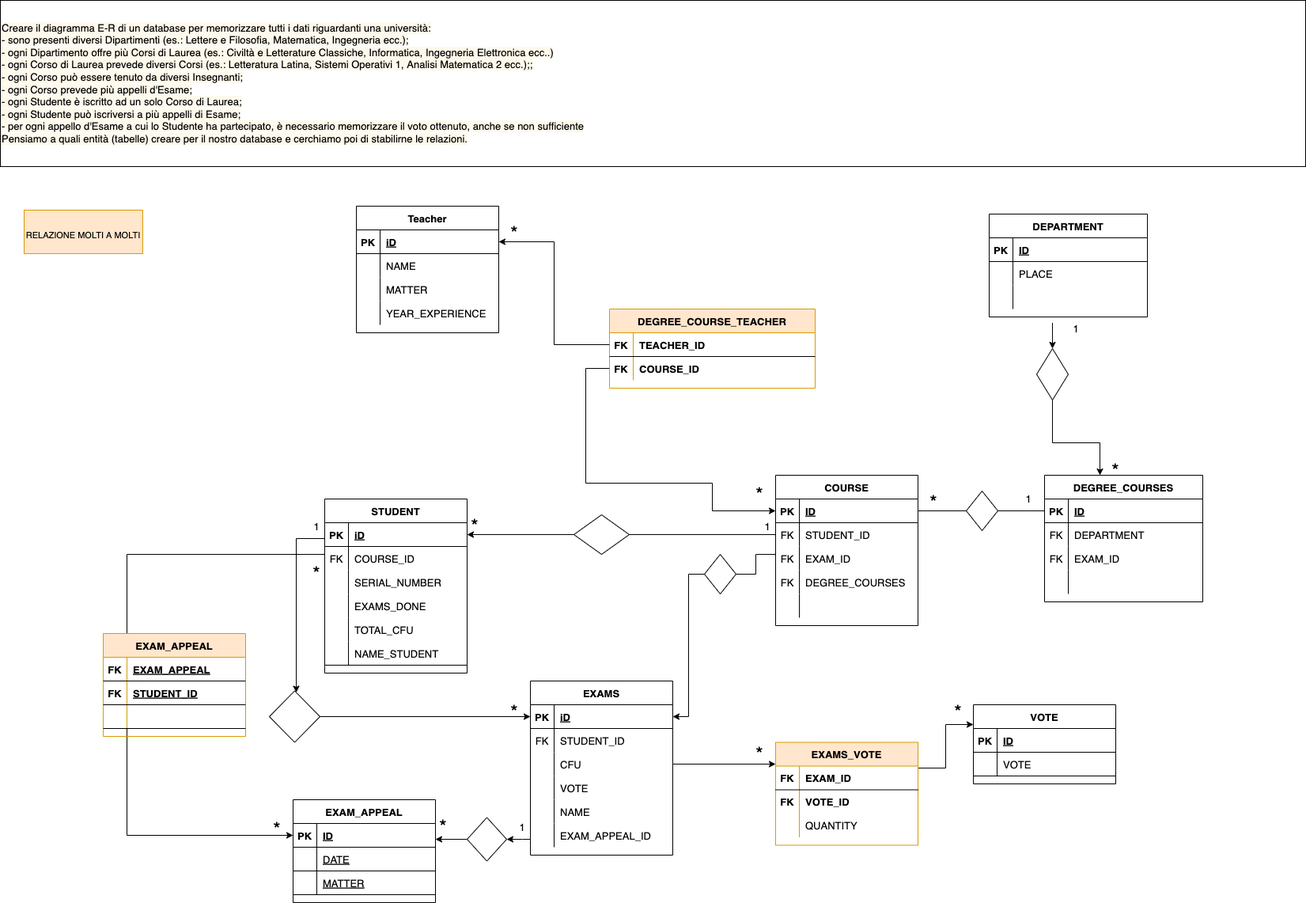
codeMatt91/db-university keeps this draw.io diagram as db-university.png. Above is the earlier version. Source tidied: cells renumbered, new cells last; positions are measured from the earlier drawing's top-left corner, leaving out a move shared by most shapes.
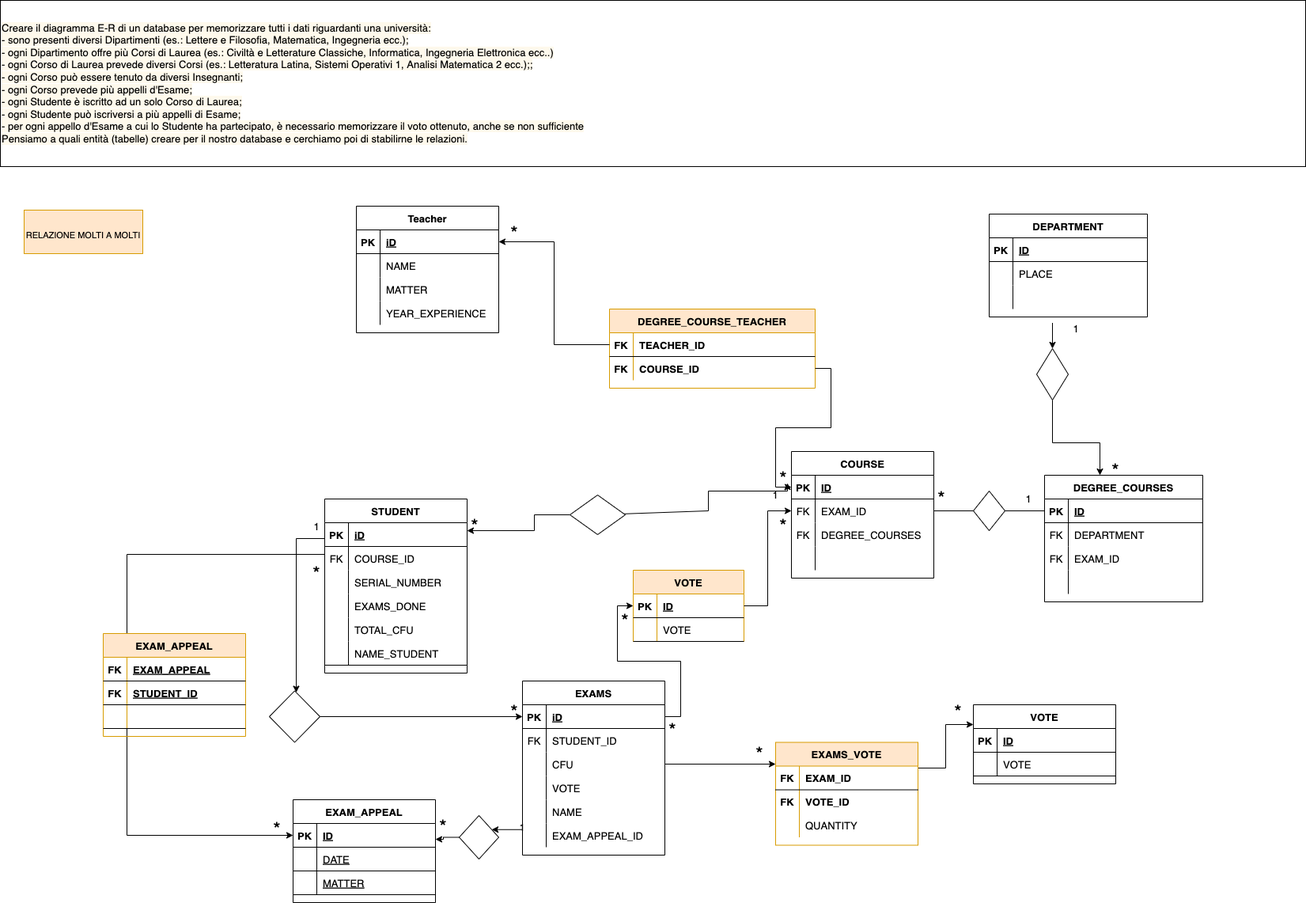
The same diagram one commit later.

Commit message:
Modify relationship between course and exam

Diff of the diagram source:
```diff
@@ -75,10 +75,10 @@
       <mxGeometry x="30" width="170" height="30" as="geometry" />
     </mxCell>
     <mxCell id="26" style="line;strokeWidth=1;dashed=0;labelPosition=right;align=left;verticalAlign=middle;spacingTop=0;spacingLeft=6;fontFamily=Helvetica;fontSize=13;fontColor=#000000;" parent="1" vertex="1">
-      <mxGeometry x="1160" y="640" width="160" height="10" as="geometry" />
+      <mxGeometry x="1180" y="640" width="140" height="10" as="geometry" />
     </mxCell>
     <mxCell id="27" value="COURSE" style="shape=table;startSize=30;rowLines=0;fontStyle=1;align=center;fontFamily=Helvetica;fontSize=13;fontColor=#000000;" parent="1" vertex="1">
-      <mxGeometry x="980" y="600" width="180" height="190" as="geometry" />
+      <mxGeometry x="1000" y="570" width="180" height="160" as="geometry" />
     </mxCell>
     <mxCell id="28" style="shape=tableRow;horizontal=0;startSize=0;swimlaneHead=0;swimlaneBody=0;fillColor=none;points=[[0,0.5],[1,0.5]];portConstraint=eastwest;top=0;left=0;right=0;bottom=1;fontFamily=Helvetica;fontSize=13;fontColor=#000000;" parent="27" vertex="1">
       <mxGeometry y="30" width="180" height="30" as="geometry" />
@@ -89,17 +89,8 @@
     <mxCell id="30" value="ID" style="shape=partialRectangle;fillColor=none;top=0;left=0;bottom=0;right=0;align=left;spacingLeft=6;fontStyle=5;overflow=hidden;fontFamily=Helvetica;fontSize=13;fontColor=#000000;" parent="28" vertex="1">
       <mxGeometry x="30" width="150" height="30" as="geometry" />
     </mxCell>
-    <mxCell id="31" style="shape=tableRow;horizontal=0;startSize=0;swimlaneHead=0;swimlaneBody=0;fillColor=none;top=0;left=0;right=0;bottom=0;fontFamily=Helvetica;fontSize=13;fontColor=#000000;" parent="27" vertex="1">
-      <mxGeometry y="60" width="180" height="30" as="geometry" />
-    </mxCell>
-    <mxCell id="32" value="FK" style="shape=partialRectangle;fillColor=none;top=0;left=0;bottom=0;right=0;overflow=hidden;fontFamily=Helvetica;fontSize=13;fontColor=#000000;" parent="31" vertex="1">
-      <mxGeometry width="30" height="30" as="geometry" />
-    </mxCell>
-    <mxCell id="33" value="STUDENT_ID" style="shape=partialRectangle;fillColor=none;top=0;left=0;bottom=0;right=0;align=left;spacingLeft=6;overflow=hidden;fontFamily=Helvetica;fontSize=13;fontColor=#000000;" parent="31" vertex="1">
-      <mxGeometry x="30" width="150" height="30" as="geometry" />
-    </mxCell>
     <mxCell id="34" style="shape=tableRow;horizontal=0;startSize=0;swimlaneHead=0;swimlaneBody=0;fillColor=none;points=[[0,0.5],[1,0.5]];portConstraint=eastwest;top=0;left=0;right=0;bottom=0;fontFamily=Helvetica;fontSize=13;fontColor=#000000;" parent="27" vertex="1">
-      <mxGeometry y="90" width="180" height="30" as="geometry" />
+      <mxGeometry y="60" width="180" height="30" as="geometry" />
     </mxCell>
     <mxCell id="35" value="FK" style="shape=partialRectangle;fillColor=none;top=0;left=0;bottom=0;right=0;overflow=hidden;fontFamily=Helvetica;fontSize=13;fontColor=#000000;" parent="34" vertex="1">
       <mxGeometry width="30" height="30" as="geometry" />
@@ -108,7 +99,7 @@
       <mxGeometry x="30" width="150" height="30" as="geometry" />
     </mxCell>
     <mxCell id="37" style="shape=tableRow;horizontal=0;startSize=0;swimlaneHead=0;swimlaneBody=0;fillColor=none;top=0;left=0;right=0;bottom=0;fontFamily=Helvetica;fontSize=13;fontColor=#000000;" parent="27" vertex="1">
-      <mxGeometry y="120" width="180" height="30" as="geometry" />
+      <mxGeometry y="90" width="180" height="30" as="geometry" />
     </mxCell>
     <mxCell id="38" value="FK" style="shape=partialRectangle;fillColor=none;top=0;left=0;bottom=0;right=0;overflow=hidden;fontFamily=Helvetica;fontSize=13;fontColor=#000000;" parent="37" vertex="1">
       <mxGeometry width="30" height="30" as="geometry" />
@@ -117,7 +108,7 @@
       <mxGeometry x="30" width="150" height="30" as="geometry" />
     </mxCell>
     <mxCell id="40" style="shape=tableRow;horizontal=0;startSize=0;swimlaneHead=0;swimlaneBody=0;fillColor=none;top=0;left=0;right=0;bottom=0;fontFamily=Helvetica;fontSize=13;fontColor=#000000;" parent="27" vertex="1">
-      <mxGeometry y="150" width="180" height="30" as="geometry" />
+      <mxGeometry y="120" width="180" height="30" as="geometry" />
     </mxCell>
     <mxCell id="41" style="shape=partialRectangle;fillColor=none;top=0;left=0;bottom=0;right=0;overflow=hidden;fontFamily=Helvetica;fontSize=13;fontColor=#000000;" parent="40" vertex="1">
       <mxGeometry width="30" height="30" as="geometry" />
@@ -129,7 +120,7 @@
       <mxGeometry x="1270" y="615" width="60" height="30" as="geometry" />
     </mxCell>
     <mxCell id="44" value="&lt;font style=&quot;font-size: 24px&quot;&gt;*&lt;/font&gt;" style="text;html=1;strokeColor=none;fillColor=none;align=center;verticalAlign=middle;whiteSpace=wrap;rounded=0;fontFamily=Helvetica;fontSize=13;fontColor=#000000;" parent="1" vertex="1">
-      <mxGeometry x="1150" y="620" width="60" height="30" as="geometry" />
+      <mxGeometry x="1160" y="615" width="60" height="30" as="geometry" />
     </mxCell>
     <mxCell id="45" value="DEGREE_COURSE_TEACHER" style="shape=table;startSize=30;rowLines=0;fontStyle=1;align=center;fontFamily=Helvetica;fontSize=13;fillColor=#ffe6cc;strokeColor=#d79b00;" parent="1" vertex="1">
       <mxGeometry x="770" y="390" width="260" height="100" as="geometry" />
@@ -152,16 +143,6 @@
     <mxCell id="51" value="COURSE_ID" style="shape=partialRectangle;fillColor=none;top=0;left=0;bottom=0;right=0;align=left;spacingLeft=6;overflow=hidden;fontFamily=Helvetica;fontSize=13;fontColor=#000000;fontStyle=1;" parent="49" vertex="1">
       <mxGeometry x="30" width="230" height="30" as="geometry" />
     </mxCell>
-    <mxCell id="52" style="edgeStyle=orthogonalEdgeStyle;rounded=0;jettySize=auto;html=1;exitX=0;exitY=0.5;exitDx=0;exitDy=0;entryX=0;entryY=0.5;entryDx=0;entryDy=0;fontFamily=Helvetica;fontSize=24;fontColor=#000000;" parent="1" edge="1" source="49" target="28">
-      <mxGeometry relative="1" as="geometry">
-        <Array as="points">
-          <mxPoint x="740" y="465" />
-          <mxPoint x="740" y="610" />
-          <mxPoint x="900" y="610" />
-          <mxPoint x="900" y="645" />
-        </Array>
-      </mxGeometry>
-    </mxCell>
     <mxCell id="53" value="*" style="text;html=1;strokeColor=none;fillColor=none;align=center;verticalAlign=middle;whiteSpace=wrap;rounded=0;fontFamily=Helvetica;fontSize=24;fontColor=#000000;" parent="1" vertex="1">
       <mxGeometry x="620" y="280" width="60" height="30" as="geometry" />
     </mxCell>
@@ -169,10 +150,10 @@
       <mxGeometry relative="1" as="geometry" />
     </mxCell>
     <mxCell id="55" value="*" style="text;html=1;strokeColor=none;fillColor=none;align=center;verticalAlign=middle;whiteSpace=wrap;rounded=0;fontFamily=Helvetica;fontSize=24;fontColor=#000000;" parent="1" vertex="1">
-      <mxGeometry x="930" y="610" width="60" height="30" as="geometry" />
+      <mxGeometry x="960" y="590" width="60" height="30" as="geometry" />
     </mxCell>
     <mxCell id="56" style="rhombus;whiteSpace=wrap;html=1;fontFamily=Helvetica;fontSize=24;fontColor=#000000;" parent="1" vertex="1">
-      <mxGeometry x="1221" y="620" width="40" height="50" as="geometry" />
+      <mxGeometry x="1230" y="620" width="40" height="50" as="geometry" />
     </mxCell>
     <mxCell id="57" style="edgeStyle=orthogonalEdgeStyle;rounded=0;jettySize=auto;html=1;fontFamily=Helvetica;fontSize=24;fontColor=#000000;" parent="1" edge="1" source="58" target="149">
       <mxGeometry relative="1" as="geometry">
@@ -183,7 +164,7 @@
       </mxGeometry>
     </mxCell>
     <mxCell id="58" value="EXAMS" style="shape=table;startSize=30;rowLines=0;fontStyle=1;align=center;fontFamily=Helvetica;fontSize=13;fontColor=#000000;" parent="1" vertex="1">
-      <mxGeometry x="670" y="860" width="180" height="220" as="geometry" />
+      <mxGeometry x="660" y="860" width="180" height="220" as="geometry" />
     </mxCell>
     <mxCell id="59" style="shape=tableRow;horizontal=0;startSize=0;swimlaneHead=0;swimlaneBody=0;fillColor=none;points=[[0,0.5],[1,0.5]];portConstraint=eastwest;top=0;left=0;right=0;bottom=1;fontFamily=Helvetica;fontSize=13;fontColor=#000000;" parent="58" vertex="1">
       <mxGeometry y="30" width="180" height="30" as="geometry" />
@@ -239,30 +220,6 @@
     <mxCell id="76" value="EXAM_APPEAL_ID" style="shape=partialRectangle;fillColor=none;top=0;left=0;bottom=0;right=0;align=left;spacingLeft=6;overflow=hidden;fontFamily=Helvetica;fontSize=13;fontColor=#000000;" parent="74" vertex="1">
       <mxGeometry x="30" width="150" height="30" as="geometry" />
     </mxCell>
-    <mxCell id="77" style="edgeStyle=orthogonalEdgeStyle;rounded=0;jettySize=auto;html=1;exitX=0;exitY=0.5;exitDx=0;exitDy=0;entryX=1;entryY=0.5;entryDx=0;entryDy=0;fontFamily=Helvetica;fontSize=24;fontColor=#000000;startArrow=none;" parent="1" edge="1" source="78" target="59">
-      <mxGeometry relative="1" as="geometry" />
-    </mxCell>
-    <mxCell id="78" style="rhombus;whiteSpace=wrap;html=1;fontFamily=Helvetica;fontSize=24;fontColor=#000000;" parent="1" vertex="1">
-      <mxGeometry x="890" y="700" width="40" height="50" as="geometry" />
-    </mxCell>
-    <mxCell id="79" style="edgeStyle=orthogonalEdgeStyle;rounded=0;jettySize=auto;html=1;exitX=0;exitY=0.5;exitDx=0;exitDy=0;entryX=1;entryY=0.5;entryDx=0;entryDy=0;fontFamily=Helvetica;fontSize=24;fontColor=#000000;endArrow=none;" parent="1" edge="1" target="78">
-      <mxGeometry relative="1" as="geometry">
-        <mxPoint x="980" y="675" as="sourcePoint" />
-        <Array as="points">
-          <mxPoint x="980" y="700" />
-          <mxPoint x="955" y="700" />
-          <mxPoint x="955" y="725" />
-        </Array>
-      </mxGeometry>
-    </mxCell>
-    <mxCell id="80" style="edgeStyle=orthogonalEdgeStyle;rounded=0;jettySize=auto;html=1;exitX=0;exitY=0.5;exitDx=0;exitDy=0;fontFamily=Helvetica;fontSize=24;fontColor=#000000;startArrow=none;" parent="1" edge="1" source="121">
-      <mxGeometry relative="1" as="geometry">
-        <mxPoint x="590" y="675" as="targetPoint" />
-        <Array as="points">
-          <mxPoint x="760" y="675" />
-        </Array>
-      </mxGeometry>
-    </mxCell>
     <mxCell id="81" style="edgeStyle=orthogonalEdgeStyle;rounded=0;jettySize=auto;html=1;fontFamily=Helvetica;fontSize=24;fontColor=#000000;" parent="1" edge="1" source="82" target="124">
       <mxGeometry relative="1" as="geometry">
         <Array as="points">
@@ -394,16 +351,23 @@
       <mxGeometry x="570" y="650" width="60" height="30" as="geometry" />
     </mxCell>
     <mxCell id="120" value="1" style="text;html=1;strokeColor=none;fillColor=none;align=center;verticalAlign=middle;whiteSpace=wrap;rounded=0;fontFamily=Helvetica;fontSize=13;fontColor=#000000;" parent="1" vertex="1">
-      <mxGeometry x="940" y="650" width="60" height="30" as="geometry" />
+      <mxGeometry x="950" y="610" width="60" height="30" as="geometry" />
     </mxCell>
+    <mxCell id="176" style="edgeStyle=orthogonalEdgeStyle;rounded=0;jettySize=auto;html=1;entryX=0.333;entryY=0.667;entryDx=0;entryDy=0;entryPerimeter=0;fontFamily=Helvetica;fontSize=11;fontColor=#000000;" parent="1" edge="1" source="121" target="119">
+      <mxGeometry relative="1" as="geometry" />
+    </mxCell>
+    <mxCell id="177" style="edgeStyle=orthogonalEdgeStyle;rounded=0;jettySize=auto;html=1;fontFamily=Helvetica;fontSize=11;fontColor=#000000;entryX=0.75;entryY=0;entryDx=0;entryDy=0;" parent="1" edge="1" source="121" target="120">
+      <mxGeometry relative="1" as="geometry">
+        <Array as="points">
+          <mxPoint x="895" y="645" />
+          <mxPoint x="895" y="620" />
+          <mxPoint x="995" y="620" />
+        </Array>
+      </mxGeometry>
+    </mxCell>
     <mxCell id="121" style="rhombus;whiteSpace=wrap;html=1;fontFamily=Helvetica;fontSize=24;fontColor=#000000;rotation=90;" parent="1" vertex="1">
-      <mxGeometry x="735" y="640" width="50" height="70" as="geometry" />
+      <mxGeometry x="730" y="615" width="50" height="70" as="geometry" />
     </mxCell>
-    <mxCell id="122" style="edgeStyle=orthogonalEdgeStyle;rounded=0;jettySize=auto;html=1;exitX=0;exitY=0.5;exitDx=0;exitDy=0;fontFamily=Helvetica;fontSize=24;fontColor=#000000;endArrow=none;" parent="1" edge="1" target="121">
-      <mxGeometry relative="1" as="geometry">
-        <mxPoint x="980" y="675" as="sourcePoint" />
-      </mxGeometry>
-    </mxCell>
     <mxCell id="123" style="edgeStyle=orthogonalEdgeStyle;rounded=0;jettySize=auto;html=1;entryX=0;entryY=0.5;entryDx=0;entryDy=0;fontFamily=Helvetica;fontSize=24;fontColor=#000000;" parent="1" edge="1" source="124" target="59">
       <mxGeometry relative="1" as="geometry" />
     </mxCell>
@@ -487,7 +451,7 @@
       </mxGeometry>
     </mxCell>
     <mxCell id="149" style="rhombus;whiteSpace=wrap;html=1;fontSize=13;fontColor=#000000;startSize=30;fontStyle=1;" parent="1" vertex="1">
-      <mxGeometry x="590" y="1032.5" width="50" height="55" as="geometry" />
+      <mxGeometry x="580" y="1030" width="50" height="55" as="geometry" />
     </mxCell>
     <mxCell id="150" value="EXAM_APPEAL" style="shape=table;startSize=30;rowLines=0;fontStyle=1;align=center;fontFamily=Helvetica;fontSize=13;fontColor=#000000;" parent="1" vertex="1">
       <mxGeometry x="370" y="1010" width="180" height="130" as="geometry" />
@@ -573,5 +537,44 @@
     <mxCell id="175" value="&lt;font style=&quot;font-size: 11px&quot;&gt;RELAZIONE MOLTI A MOLTI&lt;/font&gt;" style="rounded=0;whiteSpace=wrap;html=1;fontFamily=Helvetica;fontSize=24;fillColor=#ffe6cc;strokeColor=#d79b00;" parent="1" vertex="1">
       <mxGeometry x="30" y="265" width="150" height="55" as="geometry" />
     </mxCell>
+    <mxCell id="178" value="VOTE" style="shape=table;startSize=30;rowLines=0;fontStyle=1;align=center;fontFamily=Helvetica;fontSize=13;fillColor=#ffe6cc;strokeColor=#d79b00;" parent="1" vertex="1">
+      <mxGeometry x="800" y="720" width="140" height="90" as="geometry" />
+    </mxCell>
+    <mxCell id="179" style="shape=tableRow;horizontal=0;startSize=0;swimlaneHead=0;swimlaneBody=0;fillColor=none;points=[[0,0.5],[1,0.5]];portConstraint=eastwest;top=0;left=0;right=0;bottom=1;fontFamily=Helvetica;fontSize=13;fontColor=#000000;" parent="178" vertex="1">
+      <mxGeometry y="30" width="140" height="30" as="geometry" />
+    </mxCell>
+    <mxCell id="180" value="PK" style="shape=partialRectangle;fillColor=none;top=0;left=0;bottom=0;right=0;fontStyle=1;overflow=hidden;fontFamily=Helvetica;fontSize=13;fontColor=#000000;" parent="179" vertex="1">
+      <mxGeometry width="30" height="30" as="geometry" />
+    </mxCell>
+    <mxCell id="181" value="ID" style="shape=partialRectangle;fillColor=none;top=0;left=0;bottom=0;right=0;align=left;spacingLeft=6;fontStyle=5;overflow=hidden;fontFamily=Helvetica;fontSize=13;fontColor=#000000;" parent="179" vertex="1">
+      <mxGeometry x="30" width="110" height="30" as="geometry" />
+    </mxCell>
+    <mxCell id="182" style="shape=tableRow;horizontal=0;startSize=0;swimlaneHead=0;swimlaneBody=0;fillColor=none;top=0;left=0;right=0;bottom=1;fontFamily=Helvetica;fontSize=13;fontColor=#000000;" parent="178" vertex="1">
+      <mxGeometry y="60" width="140" height="30" as="geometry" />
+    </mxCell>
+    <mxCell id="183" style="shape=partialRectangle;fillColor=none;top=0;left=0;bottom=0;right=0;fontStyle=1;overflow=hidden;fontFamily=Helvetica;fontSize=13;fontColor=#000000;" parent="182" vertex="1">
+      <mxGeometry width="30" height="30" as="geometry" />
+    </mxCell>
+    <mxCell id="184" value="VOTE" style="shape=partialRectangle;fillColor=none;top=0;left=0;bottom=0;right=0;align=left;spacingLeft=6;fontStyle=0;overflow=hidden;fontFamily=Helvetica;fontSize=13;fontColor=#000000;" parent="182" vertex="1">
+      <mxGeometry x="30" width="110" height="30" as="geometry" />
+    </mxCell>
+    <mxCell id="52" style="edgeStyle=orthogonalEdgeStyle;rounded=0;jettySize=auto;html=1;fontFamily=Helvetica;fontSize=11;fontColor=#000000;entryX=0;entryY=0.5;entryDx=0;entryDy=0;" parent="1" edge="1" source="49" target="28">
+      <mxGeometry relative="1" as="geometry" />
+    </mxCell>
+    <mxCell id="185" style="edgeStyle=orthogonalEdgeStyle;rounded=0;jettySize=auto;html=1;entryX=0;entryY=0.5;entryDx=0;entryDy=0;fontFamily=Helvetica;fontSize=11;fontColor=#000000;" parent="1" edge="1" source="179" target="34">
+      <mxGeometry relative="1" as="geometry" />
+    </mxCell>
+    <mxCell id="186" style="edgeStyle=orthogonalEdgeStyle;rounded=0;jettySize=auto;html=1;exitX=1;exitY=0.5;exitDx=0;exitDy=0;entryX=0;entryY=0.5;entryDx=0;entryDy=0;fontFamily=Helvetica;fontSize=11;fontColor=#000000;" parent="1" edge="1" source="59" target="179">
+      <mxGeometry relative="1" as="geometry" />
+    </mxCell>
+    <mxCell id="187" value="&lt;font style=&quot;font-size: 24px&quot;&gt;*&lt;/font&gt;" style="text;html=1;strokeColor=none;fillColor=none;align=center;verticalAlign=middle;whiteSpace=wrap;rounded=0;fontFamily=Helvetica;fontSize=13;fontColor=#000000;" parent="1" vertex="1">
+      <mxGeometry x="760" y="770" width="60" height="30" as="geometry" />
+    </mxCell>
+    <mxCell id="188" value="&lt;font style=&quot;font-size: 24px&quot;&gt;*&lt;/font&gt;" style="text;html=1;strokeColor=none;fillColor=none;align=center;verticalAlign=middle;whiteSpace=wrap;rounded=0;fontFamily=Helvetica;fontSize=13;fontColor=#000000;" parent="1" vertex="1">
+      <mxGeometry x="960" y="650" width="60" height="30" as="geometry" />
+    </mxCell>
+    <mxCell id="189" value="&lt;font style=&quot;font-size: 24px&quot;&gt;*&lt;/font&gt;" style="text;html=1;strokeColor=none;fillColor=none;align=center;verticalAlign=middle;whiteSpace=wrap;rounded=0;fontFamily=Helvetica;fontSize=13;fontColor=#000000;" parent="1" vertex="1">
+      <mxGeometry x="820" y="907.5" width="60" height="30" as="geometry" />
+    </mxCell>
   </root>
 </mxGraphModel>
```
